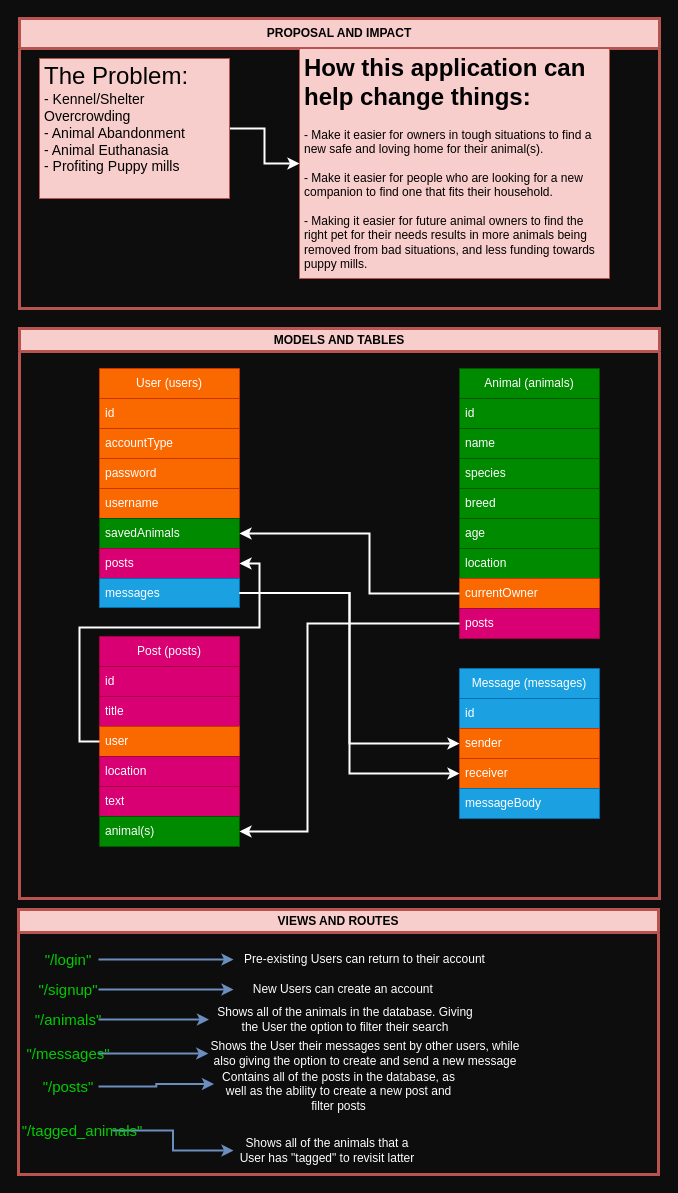
Above: Untitled Diagram.drawio in kammau/Animal-Share (draw.io), before the change. Source tidied: cells renumbered, new cells numbered last; positions are measured from the earlier drawing's top-left corner, leaving out a move shared by most shapes. Both pictures are drawn from the tidied source at 100%, with x=0, y=0 at pixel (18, 18).
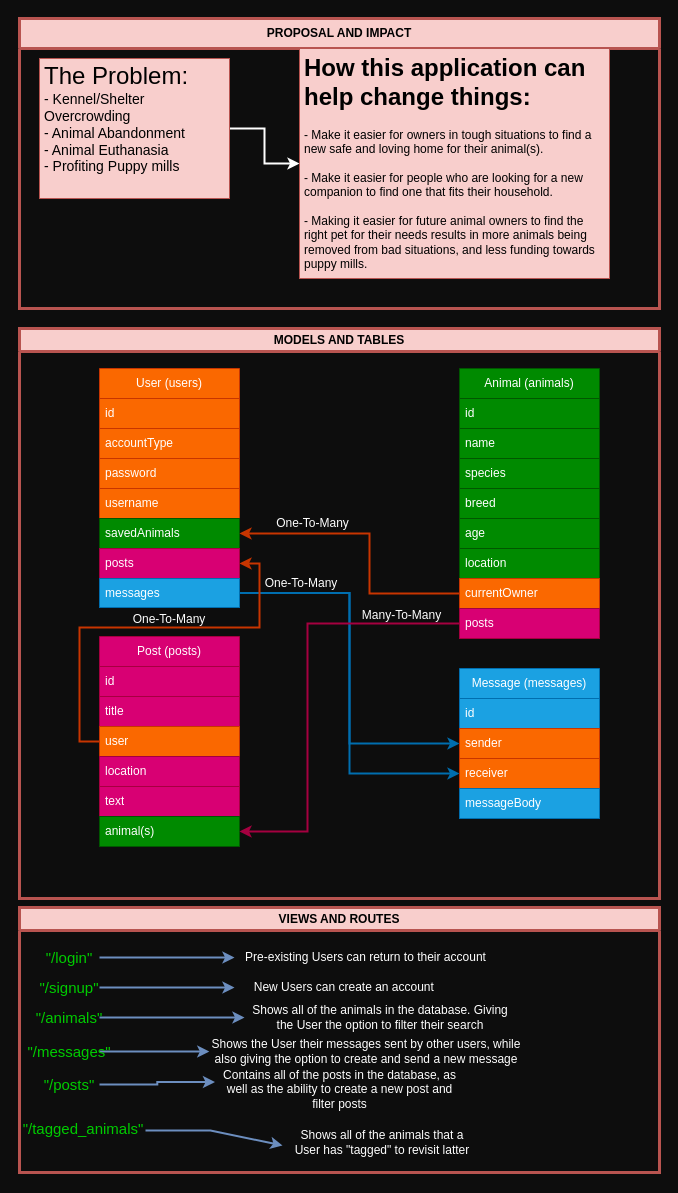
After the change.

Unchanged cells that the change refers to:
```xml
<mxCell id="6" value="MODELS AND TABLES" style="swimlane;whiteSpace=wrap;html=1;fillColor=#f8cecc;strokeColor=#b85450;rounded=0;strokeWidth=3;" parent="1" vertex="1">
  <mxGeometry x="1" y="310" width="640" height="570" as="geometry" />
</mxCell>
<mxCell id="12" value="savedAnimals" style="text;strokeColor=#005700;fillColor=#008a00;align=left;verticalAlign=middle;spacingLeft=4;spacingRight=4;overflow=hidden;points=[[0,0.5],[1,0.5]];portConstraint=eastwest;whiteSpace=wrap;html=1;fontColor=#ffffff;" parent="7" vertex="1">
  <mxGeometry y="150" width="140" height="30" as="geometry" />
</mxCell>
<mxCell id="13" value="posts" style="text;strokeColor=#A50040;fillColor=#d80073;align=left;verticalAlign=middle;spacingLeft=4;spacingRight=4;overflow=hidden;points=[[0,0.5],[1,0.5]];portConstraint=eastwest;whiteSpace=wrap;html=1;fontColor=#ffffff;" parent="7" vertex="1">
  <mxGeometry y="180" width="140" height="30" as="geometry" />
</mxCell>
<mxCell id="14" value="messages" style="text;strokeColor=#006EAF;fillColor=#1ba1e2;align=left;verticalAlign=middle;spacingLeft=4;spacingRight=4;overflow=hidden;points=[[0,0.5],[1,0.5]];portConstraint=eastwest;whiteSpace=wrap;html=1;fontColor=#ffffff;" parent="7" vertex="1">
  <mxGeometry y="210" width="140" height="29" as="geometry" />
</mxCell>
<mxCell id="22" value="currentOwner" style="text;strokeColor=#C73500;fillColor=#fa6800;align=left;verticalAlign=middle;spacingLeft=4;spacingRight=4;overflow=hidden;points=[[0,0.5],[1,0.5]];portConstraint=eastwest;whiteSpace=wrap;html=1;fontColor=#FFFFFF;" parent="15" vertex="1">
  <mxGeometry y="210" width="140" height="30" as="geometry" />
</mxCell>
<mxCell id="23" value="posts" style="text;strokeColor=#A50040;fillColor=#d80073;align=left;verticalAlign=middle;spacingLeft=4;spacingRight=4;overflow=hidden;points=[[0,0.5],[1,0.5]];portConstraint=eastwest;whiteSpace=wrap;html=1;fontColor=#ffffff;" parent="15" vertex="1">
  <mxGeometry y="240" width="140" height="30" as="geometry" />
</mxCell>
<mxCell id="27" value="user" style="text;strokeColor=#C73500;fillColor=#fa6800;align=left;verticalAlign=middle;spacingLeft=4;spacingRight=4;overflow=hidden;points=[[0,0.5],[1,0.5]];portConstraint=eastwest;whiteSpace=wrap;html=1;fontColor=#FFFFFF;" parent="24" vertex="1">
  <mxGeometry y="90" width="140" height="30" as="geometry" />
</mxCell>
<mxCell id="30" value="animal(s)" style="text;strokeColor=#005700;fillColor=#008a00;align=left;verticalAlign=middle;spacingLeft=4;spacingRight=4;overflow=hidden;points=[[0,0.5],[1,0.5]];portConstraint=eastwest;whiteSpace=wrap;html=1;fontColor=#ffffff;" parent="24" vertex="1">
  <mxGeometry y="180" width="140" height="30" as="geometry" />
</mxCell>
<mxCell id="33" value="sender" style="text;strokeColor=#C73500;fillColor=#fa6800;align=left;verticalAlign=middle;spacingLeft=4;spacingRight=4;overflow=hidden;points=[[0,0.5],[1,0.5]];portConstraint=eastwest;whiteSpace=wrap;html=1;fontColor=#FFFFFF;" parent="31" vertex="1">
  <mxGeometry y="60" width="140" height="30" as="geometry" />
</mxCell>
<mxCell id="34" value="receiver" style="text;strokeColor=#C73500;fillColor=#fa6800;align=left;verticalAlign=middle;spacingLeft=4;spacingRight=4;overflow=hidden;points=[[0,0.5],[1,0.5]];portConstraint=eastwest;whiteSpace=wrap;html=1;fontColor=#FFFFFF;" parent="31" vertex="1">
  <mxGeometry y="90" width="140" height="30" as="geometry" />
</mxCell>
<mxCell id="58" value="&quot;/tagged_animals&quot;" style="text;html=1;strokeColor=none;fillColor=none;align=center;verticalAlign=middle;whiteSpace=wrap;rounded=0;fontColor=#00CC00;fontSize=15;" parent="41" vertex="1">
  <mxGeometry x="34" y="206" width="60" height="30" as="geometry" />
</mxCell>
```

Diff of the diagram source:
```diff
@@
-    <mxCell id="36" style="edgeStyle=orthogonalEdgeStyle;rounded=0;jettySize=auto;html=1;strokeColor=#FFFFFF;strokeWidth=2;" parent="6" edge="1" source="22" target="12">
+    <mxCell id="36" style="edgeStyle=orthogonalEdgeStyle;rounded=0;jettySize=auto;html=1;strokeColor=#C73500;strokeWidth=2;fillColor=#fa6800;" parent="6" edge="1" source="22" target="12">
       <mxGeometry relative="1" as="geometry">
         <Array as="points">
           <mxPoint x="350" y="265" />
           <mxPoint x="350" y="205" />
         </Array>
       </mxGeometry>
     </mxCell>
-    <mxCell id="37" style="edgeStyle=orthogonalEdgeStyle;rounded=0;jettySize=auto;html=1;strokeColor=#FFFFFF;strokeWidth=2;" parent="6" edge="1" source="27" target="13">
-      <mxGeometry relative="1" as="geometry">
-        <Array as="points">
-          <mxPoint x="60" y="413" />
-          <mxPoint x="60" y="299" />
-          <mxPoint x="240" y="299" />
-          <mxPoint x="240" y="235" />
-        </Array>
-      </mxGeometry>
-    </mxCell>
-    <mxCell id="38" style="edgeStyle=orthogonalEdgeStyle;rounded=0;jettySize=auto;html=1;strokeColor=#FFFFFF;strokeWidth=2;" parent="6" edge="1" source="14" target="34">
+    <mxCell id="38" style="edgeStyle=orthogonalEdgeStyle;rounded=0;jettySize=auto;html=1;strokeColor=#006EAF;strokeWidth=2;fillColor=#1ba1e2;" parent="6" edge="1" source="14" target="34">
       <mxGeometry relative="1" as="geometry" />
     </mxCell>
-    <mxCell id="39" style="edgeStyle=orthogonalEdgeStyle;rounded=0;jettySize=auto;html=1;strokeColor=#FFFFFF;strokeWidth=2;" parent="6" edge="1" source="14" target="33">
+    <mxCell id="39" style="edgeStyle=orthogonalEdgeStyle;rounded=0;jettySize=auto;html=1;strokeColor=#006EAF;strokeWidth=2;fillColor=#1ba1e2;" parent="6" edge="1" source="14" target="33">
       <mxGeometry relative="1" as="geometry" />
     </mxCell>
-    <mxCell id="40" style="edgeStyle=orthogonalEdgeStyle;rounded=0;jettySize=auto;html=1;entryX=1;entryY=0.5;entryDx=0;entryDy=0;strokeColor=#FFFFFF;strokeWidth=2;" parent="6" edge="1" source="23" target="30">
+    <mxCell id="40" style="edgeStyle=orthogonalEdgeStyle;rounded=0;jettySize=auto;html=1;entryX=1;entryY=0.5;entryDx=0;entryDy=0;strokeColor=#A50040;strokeWidth=2;fillColor=#d80073;" parent="6" edge="1" source="23" target="30">
       <mxGeometry relative="1" as="geometry">
         <Array as="points">
           <mxPoint x="288" y="295" />
           <mxPoint x="288" y="503" />
         </Array>
       </mxGeometry>
     </mxCell>
+    <mxCell id="60" value="One-To-Many" style="text;html=1;strokeColor=none;fillColor=none;align=center;verticalAlign=middle;whiteSpace=wrap;rounded=0;fontColor=#FFFFFF;" parent="6" vertex="1">
+      <mxGeometry x="245" y="180" width="97" height="30" as="geometry" />
+    </mxCell>
+    <mxCell id="61" value="One-To-Many" style="text;html=1;strokeColor=none;fillColor=none;align=center;verticalAlign=middle;whiteSpace=wrap;rounded=0;fontColor=#FFFFFF;" parent="6" vertex="1">
+      <mxGeometry x="243" y="240" width="78" height="30" as="geometry" />
+    </mxCell>
+    <mxCell id="37" style="edgeStyle=orthogonalEdgeStyle;rounded=0;jettySize=auto;html=1;entryX=1;entryY=0.5;entryDx=0;entryDy=0;strokeWidth=2;fillColor=#fa6800;strokeColor=#C73500;" parent="6" edge="1" source="27" target="13">
+      <mxGeometry relative="1" as="geometry">
+        <Array as="points">
+          <mxPoint x="60" y="413" />
+          <mxPoint x="60" y="299" />
+          <mxPoint x="240" y="299" />
+          <mxPoint x="240" y="235" />
+        </Array>
+      </mxGeometry>
+    </mxCell>
+    <mxCell id="62" value="One-To-Many" style="text;html=1;strokeColor=none;fillColor=none;align=center;verticalAlign=middle;whiteSpace=wrap;rounded=0;fontColor=#FFFFFF;" parent="6" vertex="1">
+      <mxGeometry x="110" y="276" width="80" height="30" as="geometry" />
+    </mxCell>
+    <mxCell id="63" value="Many-To-Many" style="text;html=1;strokeColor=none;fillColor=none;align=center;verticalAlign=middle;whiteSpace=wrap;rounded=0;fontColor=#FFFFFF;" parent="6" vertex="1">
+      <mxGeometry x="340" y="272" width="85" height="30" as="geometry" />
+    </mxCell>
     <mxCell id="41" value="VIEWS AND ROUTES" style="swimlane;whiteSpace=wrap;html=1;fillColor=#f8cecc;strokeColor=#b85450;strokeWidth=3;" parent="1" vertex="1">
-      <mxGeometry y="891" width="640" height="265" as="geometry" />
+      <mxGeometry x="1" y="889" width="640" height="265" as="geometry" />
     </mxCell>
@@
     <mxCell id="54" value="Shows all of the animals in the database. Giving the User the option to filter their search" style="text;html=1;strokeColor=none;fillColor=none;align=center;verticalAlign=middle;whiteSpace=wrap;rounded=0;fontColor=#FFFFFF;" parent="41" vertex="1">
-      <mxGeometry x="190.5" y="95" width="272" height="30" as="geometry" />
+      <mxGeometry x="225" y="95" width="272" height="30" as="geometry" />
     </mxCell>
@@
-    <mxCell id="57" style="edgeStyle=orthogonalEdgeStyle;rounded=0;jettySize=auto;html=1;entryX=0;entryY=0.5;entryDx=0;entryDy=0;fillColor=#dae8fc;strokeColor=#6c8ebf;strokeWidth=2;" parent="41" edge="1" source="58" target="59">
-      <mxGeometry relative="1" as="geometry" />
-    </mxCell>
@@
     <mxCell id="59" value="Shows all of the animals that a User has &quot;tagged&quot; to revisit latter" style="text;html=1;strokeColor=none;fillColor=none;align=center;verticalAlign=middle;whiteSpace=wrap;rounded=0;fontColor=#FFFFFF;" parent="41" vertex="1">
-      <mxGeometry x="215" y="226" width="188" height="30" as="geometry" />
+      <mxGeometry x="269" y="220" width="188" height="30" as="geometry" />
     </mxCell>
+    <mxCell id="64" style="endArrow=classic;html=1;rounded=0;fillColor=#dae8fc;strokeColor=#6c8ebf;strokeWidth=2;" parent="41" edge="1">
+      <mxGeometry relative="1" as="geometry">
+        <mxPoint x="126" y="223" as="sourcePoint" />
+        <mxPoint x="263" y="238" as="targetPoint" />
+        <Array as="points">
+          <mxPoint x="191" y="223" />
+        </Array>
+      </mxGeometry>
+    </mxCell>
```
